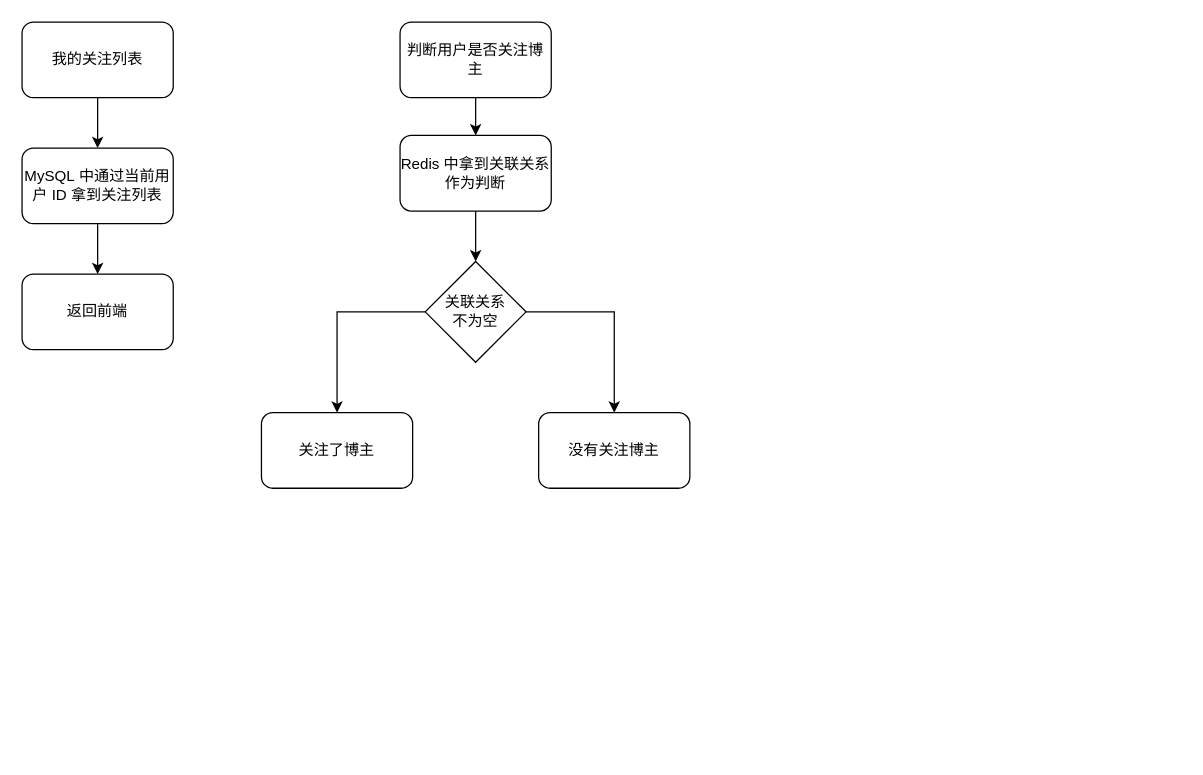
Earlier version of the draw.io diagram 粉丝模块.drawio (lee11xx/picgo-img). Source tidied: cells renumbered, new cells numbered last; positions are measured from the earlier drawing's top-left corner, leaving out a move shared by most shapes. Both pictures are drawn from the tidied source at 126%, with x=0, y=0 at pixel (21, 21).
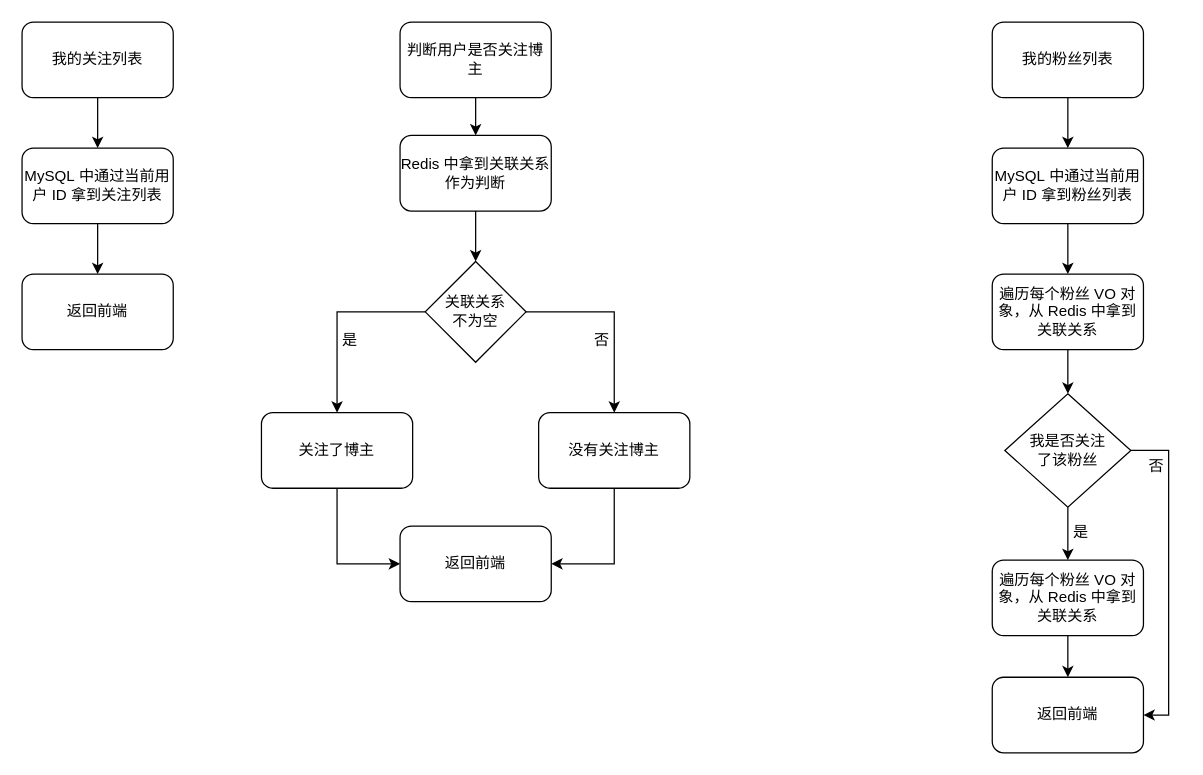
The same page after the edit.

Commit message (it also covers changes not shown here):
更新粉丝模块.drawio

The change refers to these unchanged cells:
```xml
<mxCell id="14" value="关注了博主" style="rounded=1;whiteSpace=wrap;html=1;" parent="1" vertex="1">
  <mxGeometry x="190" y="310" width="120" height="60" as="geometry" />
</mxCell>
<mxCell id="15" value="没有关注博主" style="rounded=1;whiteSpace=wrap;html=1;" parent="1" vertex="1">
  <mxGeometry x="410" y="310" width="120" height="60" as="geometry" />
</mxCell>
```

The edit, as a diff of the source:
```diff
@@
+    <mxCell id="16" style="edgeStyle=orthogonalEdgeStyle;rounded=0;jettySize=auto;html=1;entryX=0;entryY=0.5;entryDx=0;entryDy=0;" parent="1" edge="1" source="14" target="34">
+      <mxGeometry relative="1" as="geometry" />
+    </mxCell>
@@
+    <mxCell id="17" style="edgeStyle=orthogonalEdgeStyle;rounded=0;jettySize=auto;html=1;entryX=1;entryY=0.5;entryDx=0;entryDy=0;" parent="1" edge="1" source="15" target="34">
+      <mxGeometry relative="1" as="geometry" />
+    </mxCell>
@@
+    <mxCell id="18" style="edgeStyle=orthogonalEdgeStyle;rounded=0;jettySize=auto;html=1;" parent="1" edge="1" source="19" target="21">
+      <mxGeometry relative="1" as="geometry" />
+    </mxCell>
+    <mxCell id="19" value="我的粉丝列表" style="rounded=1;whiteSpace=wrap;html=1;" parent="1" vertex="1">
+      <mxGeometry x="770" width="120" height="60" as="geometry" />
+    </mxCell>
+    <mxCell id="20" style="edgeStyle=orthogonalEdgeStyle;rounded=0;jettySize=auto;html=1;" parent="1" edge="1" source="21">
+      <mxGeometry relative="1" as="geometry">
+        <mxPoint x="830" y="200" as="targetPoint" />
+      </mxGeometry>
+    </mxCell>
+    <mxCell id="21" value="MySQL&amp;nbsp;中通过当前用户 ID&amp;nbsp;拿到粉丝列表" style="rounded=1;whiteSpace=wrap;html=1;" parent="1" vertex="1">
+      <mxGeometry x="770" y="100" width="120" height="60" as="geometry" />
+    </mxCell>
+    <mxCell id="22" style="edgeStyle=orthogonalEdgeStyle;rounded=0;jettySize=auto;html=1;" parent="1" edge="1" source="23" target="26">
+      <mxGeometry relative="1" as="geometry" />
+    </mxCell>
+    <mxCell id="23" value="遍历每个粉丝&amp;nbsp;VO&amp;nbsp;对象，从&amp;nbsp;Redis&amp;nbsp;中拿到关联关系" style="rounded=1;whiteSpace=wrap;html=1;" parent="1" vertex="1">
+      <mxGeometry x="770" y="200" width="120" height="60" as="geometry" />
+    </mxCell>
+    <mxCell id="24" style="edgeStyle=orthogonalEdgeStyle;rounded=0;jettySize=auto;html=1;" parent="1" edge="1" source="26" target="28">
+      <mxGeometry relative="1" as="geometry" />
+    </mxCell>
+    <mxCell id="25" style="edgeStyle=orthogonalEdgeStyle;rounded=0;jettySize=auto;html=1;entryX=1;entryY=0.5;entryDx=0;entryDy=0;" parent="1" edge="1" source="26" target="32">
+      <mxGeometry relative="1" as="geometry">
+        <Array as="points">
+          <mxPoint x="910" y="340" />
+          <mxPoint x="910" y="550" />
+        </Array>
+      </mxGeometry>
+    </mxCell>
+    <mxCell id="26" value="我是否关注&lt;br&gt;了该粉丝" style="rhombus;whiteSpace=wrap;html=1;" parent="1" vertex="1">
+      <mxGeometry x="780" y="295" width="100" height="90" as="geometry" />
+    </mxCell>
+    <mxCell id="27" style="edgeStyle=orthogonalEdgeStyle;rounded=0;jettySize=auto;html=1;" parent="1" edge="1" source="28" target="32">
+      <mxGeometry relative="1" as="geometry" />
+    </mxCell>
+    <mxCell id="28" value="遍历每个粉丝&amp;nbsp;VO&amp;nbsp;对象，从&amp;nbsp;Redis&amp;nbsp;中拿到关联关系" style="rounded=1;whiteSpace=wrap;html=1;" parent="1" vertex="1">
+      <mxGeometry x="770" y="427" width="120" height="60" as="geometry" />
+    </mxCell>
+    <mxCell id="29" value="是" style="text;html=1;align=center;verticalAlign=middle;strokeColor=none;fillColor=none;" parent="1" vertex="1">
+      <mxGeometry x="240" y="238" width="40" height="30" as="geometry" />
+    </mxCell>
+    <mxCell id="30" value="否" style="text;html=1;align=center;verticalAlign=middle;strokeColor=none;fillColor=none;" parent="1" vertex="1">
+      <mxGeometry x="440" y="238" width="40" height="30" as="geometry" />
+    </mxCell>
+    <mxCell id="31" value="是" style="text;html=1;align=center;verticalAlign=middle;strokeColor=none;fillColor=none;" parent="1" vertex="1">
+      <mxGeometry x="820" y="390" width="40" height="30" as="geometry" />
+    </mxCell>
+    <mxCell id="32" value="返回前端" style="rounded=1;whiteSpace=wrap;html=1;" parent="1" vertex="1">
+      <mxGeometry x="770" y="520" width="120" height="60" as="geometry" />
+    </mxCell>
+    <mxCell id="33" value="否" style="text;html=1;align=center;verticalAlign=middle;strokeColor=none;fillColor=none;" parent="1" vertex="1">
+      <mxGeometry x="880" y="338" width="40" height="30" as="geometry" />
+    </mxCell>
+    <mxCell id="34" value="返回前端" style="rounded=1;whiteSpace=wrap;html=1;" parent="1" vertex="1">
+      <mxGeometry x="300" y="400" width="120" height="60" as="geometry" />
+    </mxCell>
```
